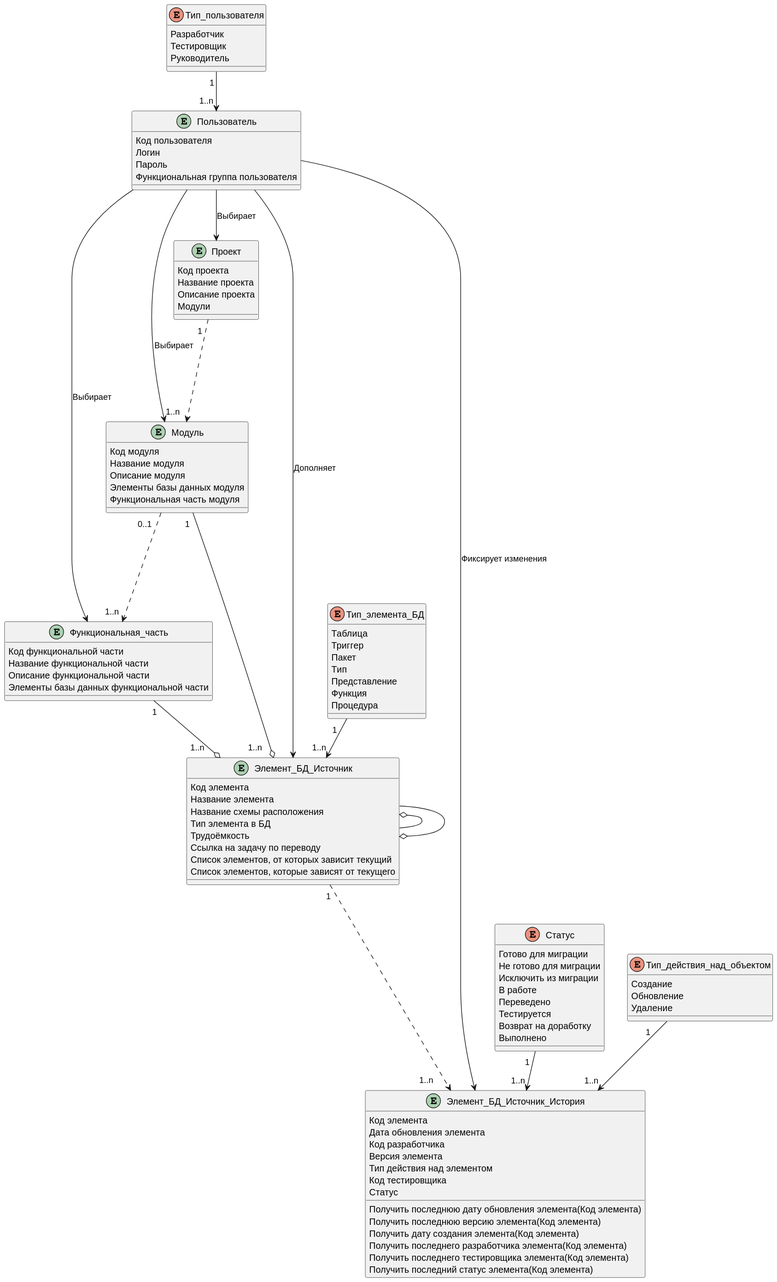
Above: diagrams/out/DDD.svg in Wraithname/OTUSProject-Docs (PlantUML), before the change.
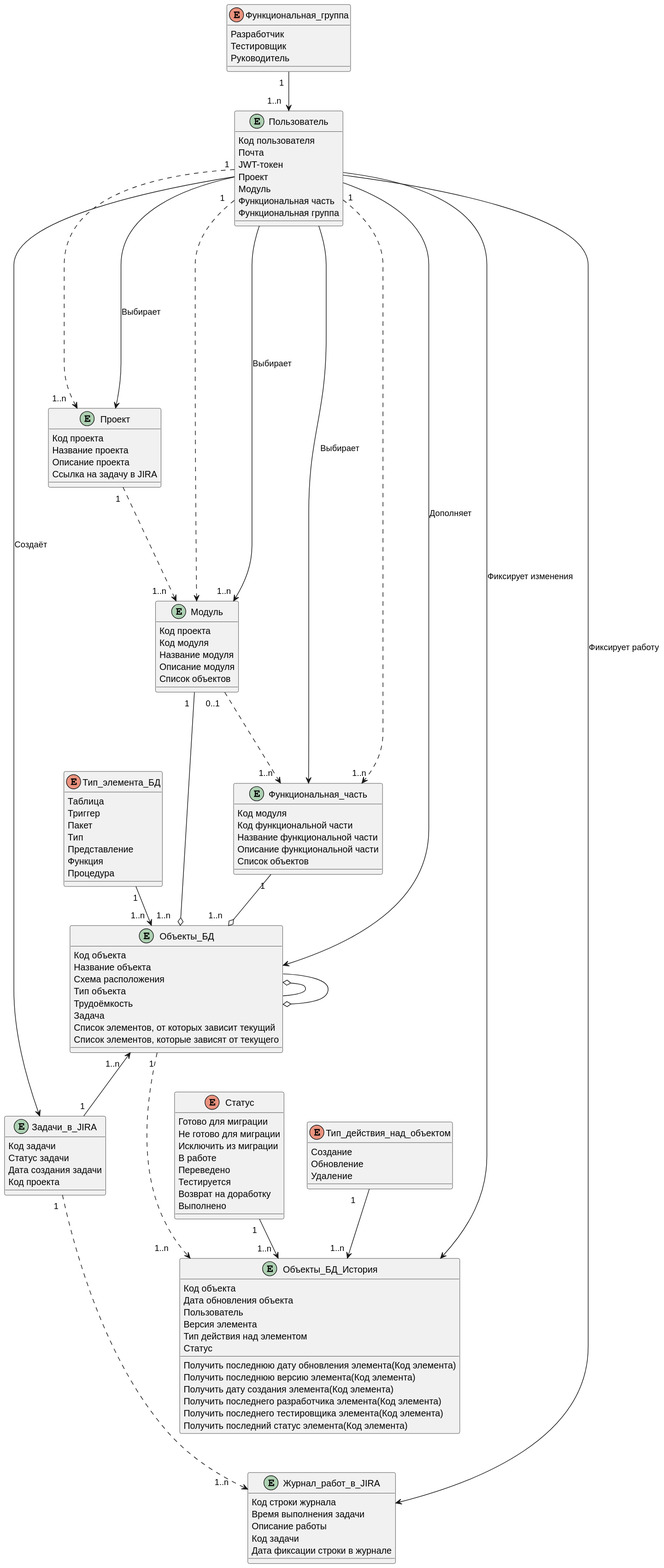
The same diagram one commit later.

Commit message:
Deployed 9a6063a with MkDocs version: 1.6.1

Diff of the diagram source:
```diff
@@ -4,42 +4,57 @@
 Код проекта
 Название проекта
 Описание проекта
-Модули
+Ссылка на задачу в JIRA
 }
 
 Entity Модуль{
+Код проекта
 Код модуля
 Название модуля
 Описание модуля
-Элементы базы данных модуля
-Функциональная часть модуля
+Список объектов
 }
 
 Entity Функциональная_часть{
+Код модуля
 Код функциональной части
 Название функциональной части
 Описание функциональной части
-Элементы базы данных функциональной части
+Список объектов
 }
 
-Entity Элемент_БД_Источник{
-Код элемента
-Название элемента
-Название схемы расположения
-Тип элемента в БД
+Entity Задачи_в_JIRA{
+Код задачи
+Статус задачи
+Дата создания задачи
+Код проекта
+}
+
+Entity Журнал_работ_в_JIRA{
+Код строки журнала
+Время выполнения задачи
+Описание работы
+Код задачи
+Дата фиксации строки в журнале
+}
+
+Entity Объекты_БД{
+Код объекта
+Название объекта
+Схема расположения
+Тип объекта
 Трудоёмкость
-Ссылка на задачу по переводу
+Задача
 Список элементов, от которых зависит текущий
 Список элементов, которые зависят от текущего
 }
 
-Entity Элемент_БД_Источник_История{
-Код элемента
-Дата обновления элемента
-Код разработчика
+Entity Объекты_БД_История{
+Код объекта
+Дата обновления объекта
+Пользователь
 Версия элемента
 Тип действия над элементом
-Код тестировщика
 Статус
 Получить последнюю дату обновления элемента(Код элемента)
 Получить последнюю версию элемента(Код элемента)
@@ -51,12 +66,15 @@
 
 Entity Пользователь{
 Код пользователя
-Логин
-Пароль
-Функциональная группа пользователя
+Почта
+JWT-токен
+Проект
+Модуль
+Функциональная часть
+Функциональная группа
 }
 
-enum Тип_пользователя{
+enum Функциональная_группа {
 Разработчик
 Тестировщик
 Руководитель
@@ -91,18 +109,25 @@
 
 Проект "1  " -.-> "1..n   " Модуль
 Модуль "0..1   " -.-> "1..n  " Функциональная_часть
-Модуль "1  " --o "1..n    " Элемент_БД_Источник
-Функциональная_часть "1 " --o "1..n    " Элемент_БД_Источник
-Тип_элемента_БД "1   " --> "1..n " Элемент_БД_Источник
-Статус "1  " --> "1..n " Элемент_БД_Источник_История
-Элемент_БД_Источник "1 " -.-> "1..n      " Элемент_БД_Источник_История
-Тип_действия_над_объектом "1     " --> "1..n  " Элемент_БД_Источник_История
-Элемент_БД_Источник o-- Элемент_БД_Источник
-Элемент_БД_Источник --o Элемент_БД_Источник
-Тип_пользователя "1 " --> "1..n "Пользователь
-Пользователь --> Проект: Выбирает
+Модуль "1  " --o "1..n    " Объекты_БД
+Функциональная_часть "1 " --o "1..n    " Объекты_БД
+Тип_элемента_БД "1" --> "1..n  " Объекты_БД
+Объекты_БД "1..n   " <-- "1 "  Задачи_в_JIRA
+Статус "1  " --> "1..n  " Объекты_БД_История
+Объекты_БД "1 " -.-> "1..n      " Объекты_БД_История
+Тип_действия_над_объектом "1     " --> "1..n  " Объекты_БД_История
+Объекты_БД o-- Объекты_БД
+Объекты_БД --o Объекты_БД
+Функциональная_группа "1  " --> "1..n   " Пользователь
+Пользователь "1" --.--> "1..n   " Проект
+Пользователь "1  " -.-> "        1..n" Модуль
+Пользователь "1  " -.-> "        1..n" Функциональная_часть
+Задачи_в_JIRA "1  " -.-> "1..n      " Журнал_работ_в_JIRA
 Пользователь --> Модуль: Выбирает
 Пользователь --> Функциональная_часть: Выбирает
-Пользователь --> Элемент_БД_Источник: Дополняет
-Пользователь --> Элемент_БД_Источник_История: Фиксирует изменения
+Пользователь --> Проект: Выбирает
+Пользователь --> Объекты_БД: Дополняет
+Пользователь --> Объекты_БД_История: Фиксирует изменения
+Пользователь --> Задачи_в_JIRA: Создаёт
+Пользователь --> Журнал_работ_в_JIRA: Фиксирует работу
 @enduml
```
